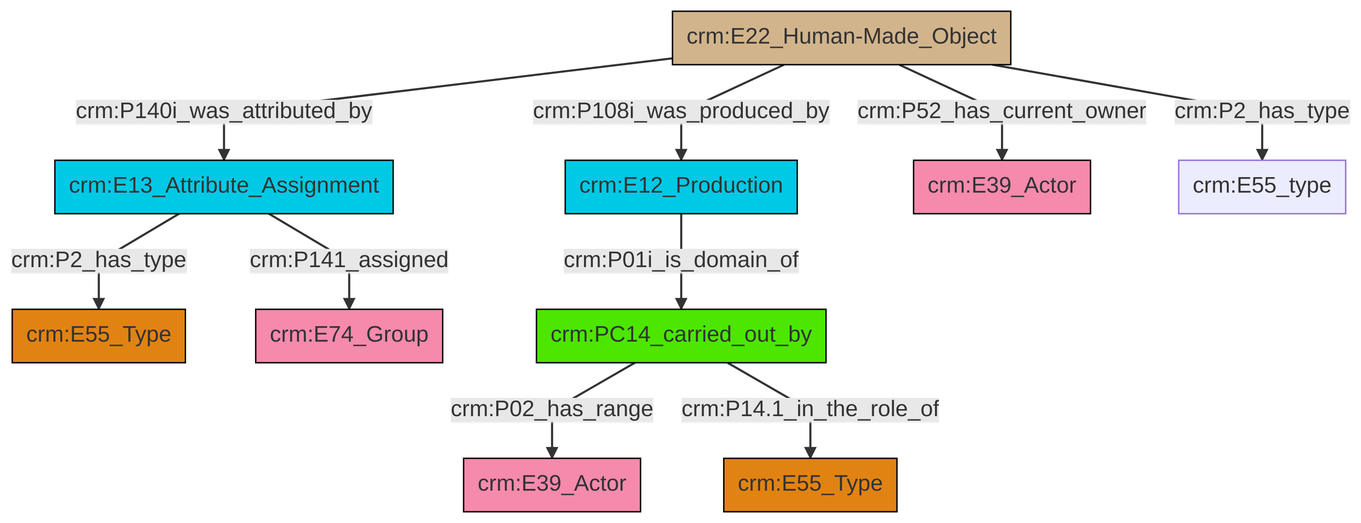
Earlier version of the Mermaid export et/builtWorkCSV/ttl/mmd/png/Built_Work_actor_relations.png (swiss-art-research-net/reference-data-models). Its source is kept beside it as et/builtWorkCSV/ttl/mmd/Built_Work_actor_relations.ttl.mmd.
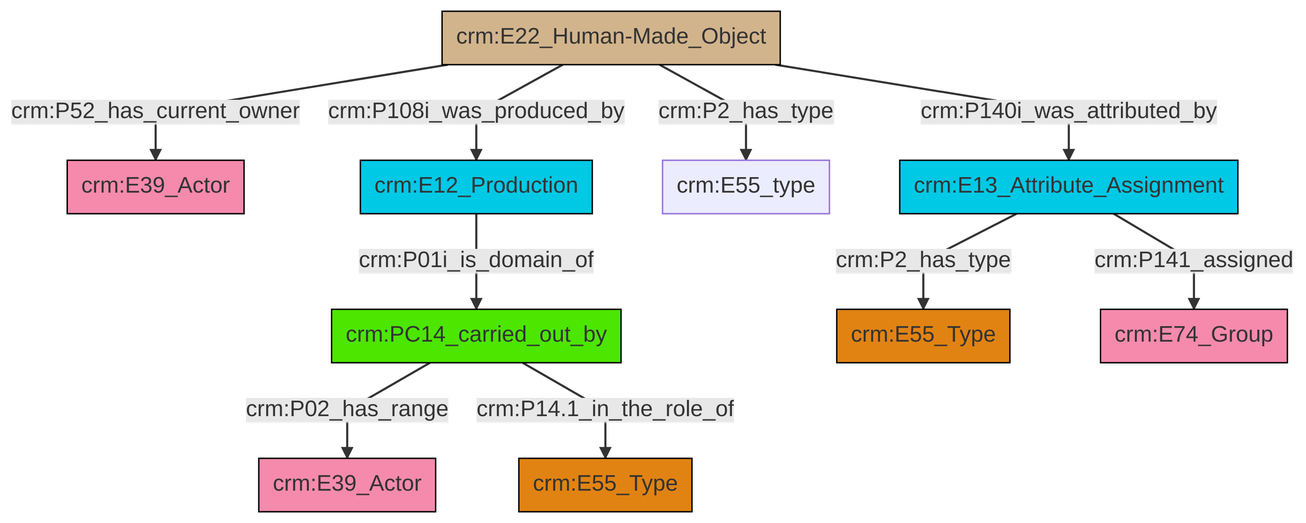
After the commit.

Diff of the diagram source:
```diff
@@ -13,12 +13,12 @@
 classDef PC_Classes fill:#4ce600, stroke:#000000;
 classDef Multi fill:#cccccc,stroke:#000000;
 
-6["crm:E12_Production"]:::Temporal_Entity -->|crm:P01i_is_domain_of| 7["crm:PC14_carried_out_by"]:::PC_Classes
-8["crm:E22_Human-Made_Object"]:::Physical_Thing -->|crm:P140i_was_attributed_by| 2["crm:E13_Attribute_Assignment"]:::Temporal_Entity
-2["crm:E13_Attribute_Assignment"]:::Temporal_Entity -->|crm:P141_assigned| 4["crm:E74_Group"]:::Actor
-7["crm:PC14_carried_out_by"]:::PC_Classes -->|crm:P02_has_range| 11["crm:E39_Actor"]:::Actor
-8["crm:E22_Human-Made_Object"]:::Physical_Thing -->|crm:P108i_was_produced_by| 6["crm:E12_Production"]:::Temporal_Entity
-8["crm:E22_Human-Made_Object"]:::Physical_Thing -->|crm:P52_has_current_owner| 12["crm:E39_Actor"]:::Actor
-8["crm:E22_Human-Made_Object"]:::Physical_Thing -->|crm:P2_has_type| 15["crm:E55_type"]:::Default
-2["crm:E13_Attribute_Assignment"]:::Temporal_Entity -->|crm:P2_has_type| 0["crm:E55_Type"]:::Type
-7["crm:PC14_carried_out_by"]:::PC_Classes -->|crm:P14.1_in_the_role_of| 16["crm:E55_Type"]:::Type
+0["crm:E22_Human-Made_Object"]:::Physical_Thing -->|crm:P52_has_current_owner| 1["crm:E39_Actor"]:::Actor
+6["crm:PC14_carried_out_by"]:::PC_Classes -->|crm:P02_has_range| 7["crm:E39_Actor"]:::Actor
+8["crm:E13_Attribute_Assignment"]:::Temporal_Entity -->|crm:P2_has_type| 2["crm:E55_Type"]:::Type
+6["crm:PC14_carried_out_by"]:::PC_Classes -->|crm:P14.1_in_the_role_of| 10["crm:E55_Type"]:::Type
+8["crm:E13_Attribute_Assignment"]:::Temporal_Entity -->|crm:P141_assigned| 14["crm:E74_Group"]:::Actor
+0["crm:E22_Human-Made_Object"]:::Physical_Thing -->|crm:P108i_was_produced_by| 4["crm:E12_Production"]:::Temporal_Entity
+0["crm:E22_Human-Made_Object"]:::Physical_Thing -->|crm:P2_has_type| 11["crm:E55_type"]:::Default
+0["crm:E22_Human-Made_Object"]:::Physical_Thing -->|crm:P140i_was_attributed_by| 8["crm:E13_Attribute_Assignment"]:::Temporal_Entity
+4["crm:E12_Production"]:::Temporal_Entity -->|crm:P01i_is_domain_of| 6["crm:PC14_carried_out_by"]:::PC_Classes
```
